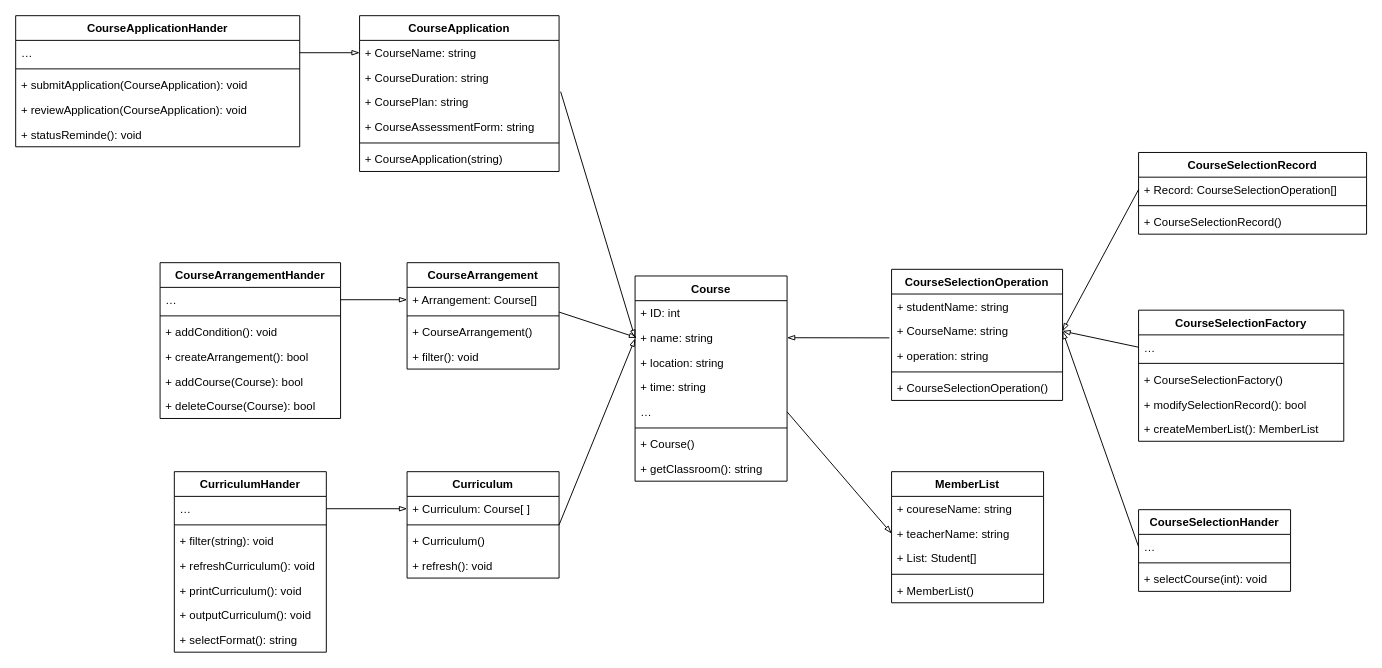
bupt-juniorTeam/OOAD keeps this draw.io diagram as page "Page-5" (5 of 6) of 类图/类图.drawio. Above is the earlier version. Source tidied: cells renumbered, new cells numbered last; positions are measured from the earlier drawing's top-left corner, leaving out a move shared by most shapes. Both pictures are drawn from the tidied source at 95%, with x=0, y=0 at pixel (15, 15).
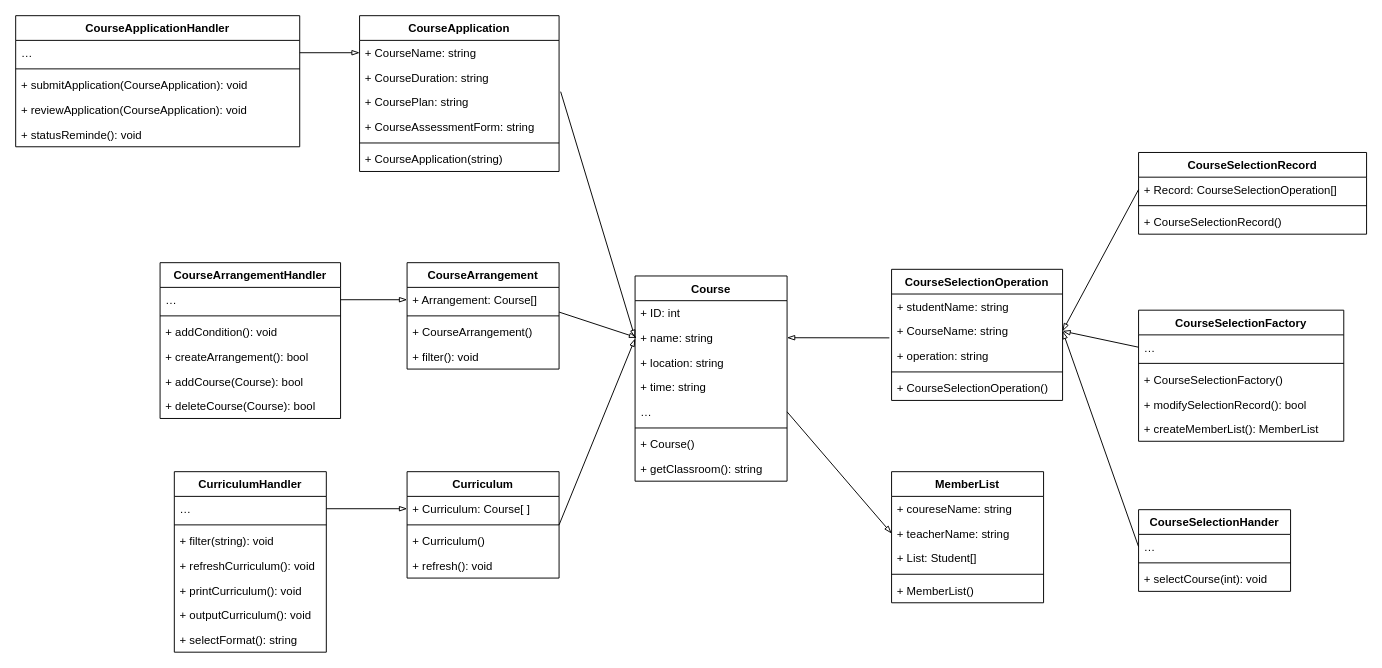
After the change.

The edit, as a diff of the source:
```diff
@@
-    <mxCell id="52" value="CourseApplicationHander" style="swimlane;fontStyle=1;align=center;verticalAlign=top;horizontal=1;startSize=26;" parent="1" vertex="1">
+    <mxCell id="52" value="CourseApplicationHandler" style="swimlane;fontStyle=1;align=center;verticalAlign=top;horizontal=1;startSize=26;" parent="1" vertex="1">
       <mxGeometry width="299" height="138" as="geometry" />
     </mxCell>
@@
-    <mxCell id="62" value="CourseArrangementHander" style="swimlane;fontStyle=1;align=center;verticalAlign=top;horizontal=1;startSize=26;" parent="1" vertex="1">
+    <mxCell id="62" value="CourseArrangementHandler" style="swimlane;fontStyle=1;align=center;verticalAlign=top;horizontal=1;startSize=26;" parent="1" vertex="1">
       <mxGeometry x="152" y="260" width="190" height="164" as="geometry" />
     </mxCell>
@@
-    <mxCell id="69" value="CurriculumHander" style="swimlane;fontStyle=1;align=center;verticalAlign=top;horizontal=1;startSize=26;" parent="1" vertex="1">
+    <mxCell id="69" value="CurriculumHandler" style="swimlane;fontStyle=1;align=center;verticalAlign=top;horizontal=1;startSize=26;" parent="1" vertex="1">
       <mxGeometry x="167" y="480" width="160" height="190" as="geometry" />
     </mxCell>
```
